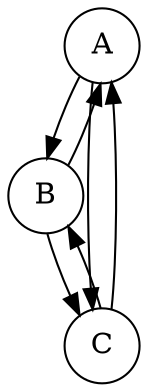
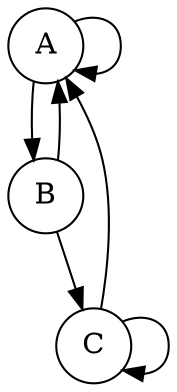
digraph G {
    node [shape=circle];
+     "A" -> "A";
    "A" -> "B";
-     "A" -> "C";
    "B" -> "A";
    "B" -> "C";
    "C" -> "A";
-     "C" -> "B";
+     "C" -> "C";
}
